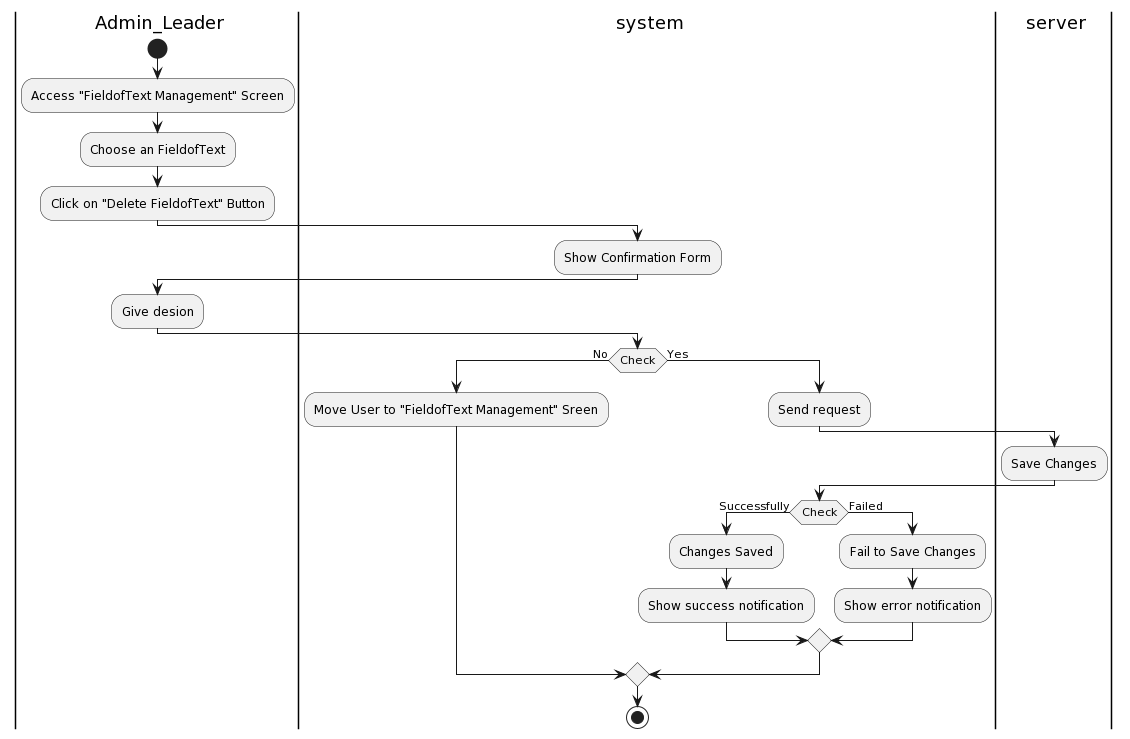
The PlantUML diagram Lab1/Lab1.2/Activity Diagram/SystemManagement/FieldofTextManagement/DeleteFieldofText/DeleteFieldofText.png in khoapham1003/SE357-Pratice-class, before a commit.
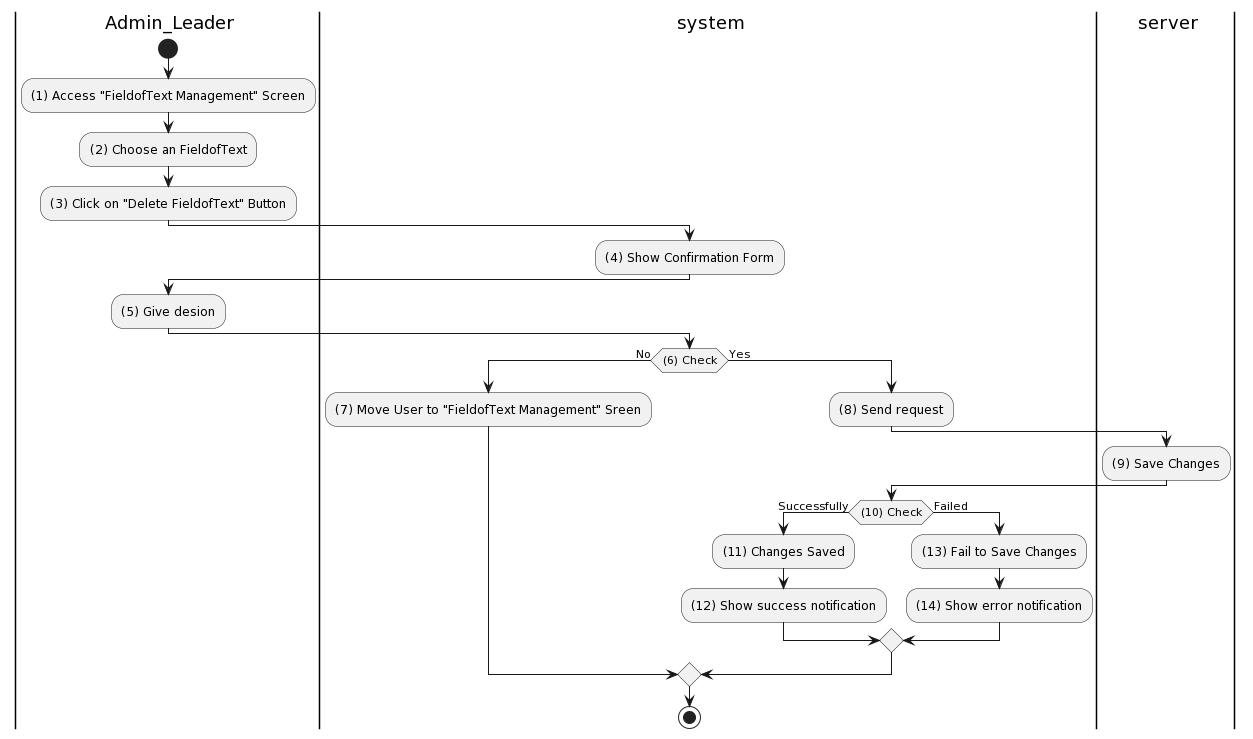
After the commit.

Change to the diagram source:
```diff
@@ -4,28 +4,28 @@
 |ser| server
 |a|
 start
-:Access "FieldofText Management" Screen;
-:Choose an FieldofText;
-:Click on "Delete FieldofText" Button;
+:(1) Access "FieldofText Management" Screen;
+:(2) Choose an FieldofText;
+:(3) Click on "Delete FieldofText" Button;
 |sys|
-:Show Confirmation Form;
+:(4) Show Confirmation Form;
 |a|
-:Give desion;
+:(5) Give desion;
 |sys|
-if (Check) then (No)
-:Move User to "FieldofText Management" Sreen;
+if ((6) Check) then (No)
+:(7) Move User to "FieldofText Management" Sreen;
 else (Yes)
 |sys|
-:Send request;
+:(8) Send request;
 |ser|
-:Save Changes;
+:(9) Save Changes;
 |sys|
-if(Check) then (Successfully)
-:Changes Saved;
-:Show success notification;
+if((10) Check) then (Successfully)
+:(11) Changes Saved;
+:(12) Show success notification;
 else (Failed)
-:Fail to Save Changes;
-:Show error notification;
+:(13) Fail to Save Changes;
+:(14) Show error notification;
 endif
 endif
 stop
```
